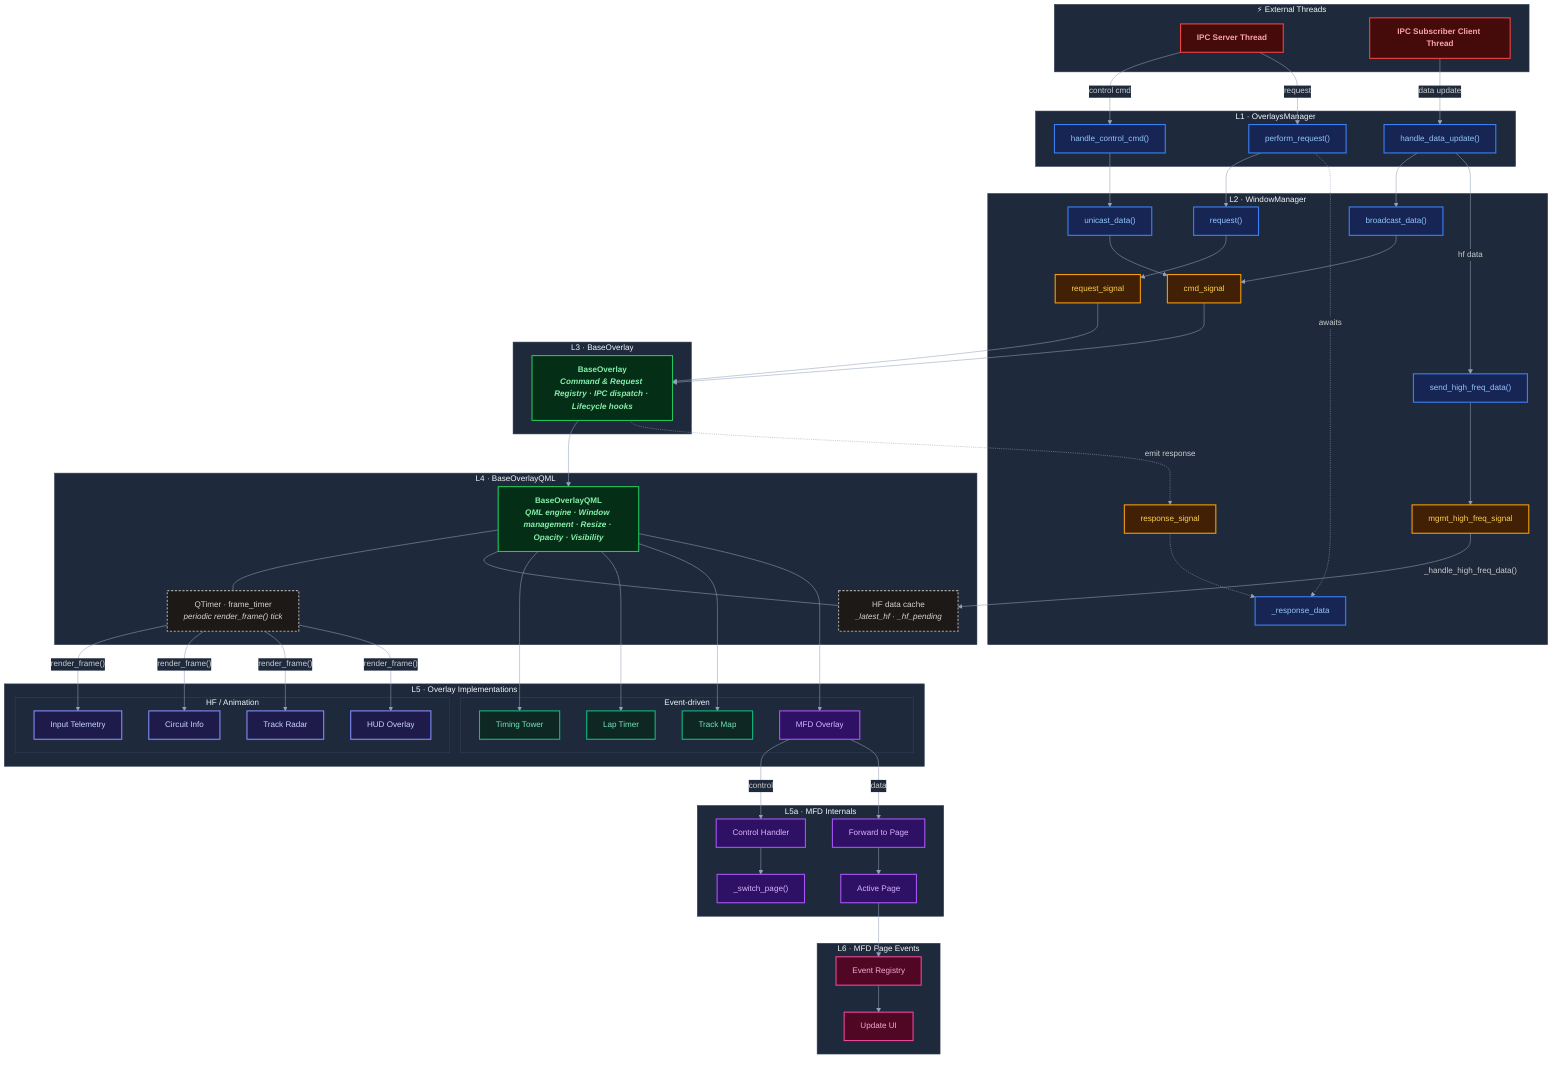
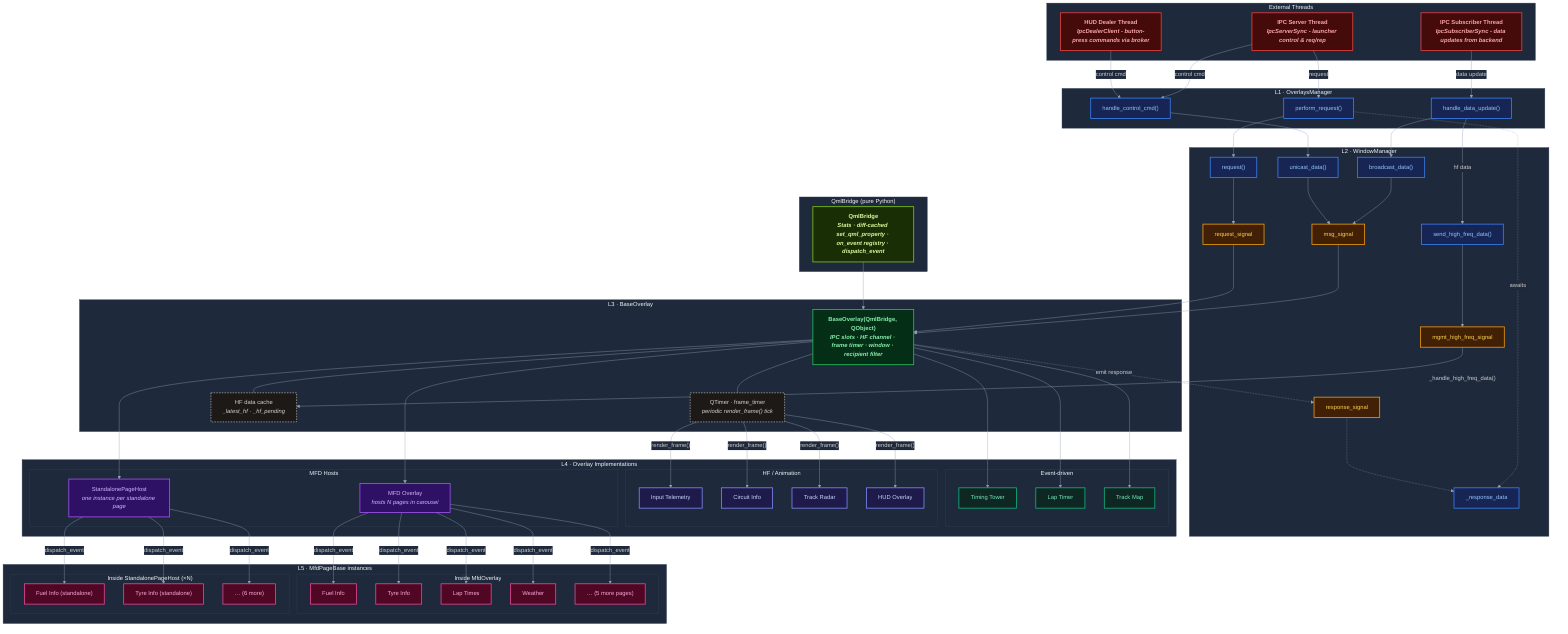
%%{init: {'theme':'dark', 'themeVariables': {
  'primaryColor':'#1e293b',
  'primaryTextColor':'#e2e8f0',
  'primaryBorderColor':'#475569',
  'lineColor':'#94a3b8',
  'secondaryColor':'#0f172a',
  'tertiaryColor':'#1e293b',
  'background':'#0f172a',
  'mainBkg':'#1e293b',
  'clusterBkg':'#1e293b',
  'clusterBorder':'#334155',
  'edgeLabelBackground':'#1e293b',
  'titleColor':'#f1f5f9',
  'fontSize':'15px'
}}}%%

graph TD

- subgraph EXT["⚡ External Threads"]
-     IPC["IPC Server Thread"]
-     SUB["IPC Subscriber Client Thread"]
+ subgraph EXT["External Threads"]
+     IPC["IPC Server Thread<br/><i>IpcServerSync - launcher control &amp; req/rep</i>"]
+     DEALER["HUD Dealer Thread<br/><i>IpcDealerClient - button-press commands via broker</i>"]
+     SUB["IPC Subscriber Thread<br/><i>IpcSubscriberSync - data updates from backend</i>"]
end

subgraph OM["L1 · OverlaysManager"]
    OM_Cmd["handle_control_cmd()"]
    OM_Data["handle_data_update()"]
    OM_Req["perform_request()"]
end

subgraph WMALL["L2 · WindowManager"]
    API_BC["broadcast_data()"]
    API_UC["unicast_data()"]
    API_HF["send_high_freq_data()"]
    API_REQ["request()"]
-     Sig_CMD["cmd_signal"]
+     Sig_MSG["msg_signal"]
    Sig_HF["mgmt_high_freq_signal"]
    Sig_REQ["request_signal"]
    Sig_RESP["response_signal"]
    RespStore["_response_data"]
end

- subgraph BASE["L3 · BaseOverlay"]
-     BaseOverlay["BaseOverlay<br/><i>Command &amp; Request Registry · IPC dispatch · Lifecycle hooks</i>"]
+ subgraph BRIDGE["QmlBridge (pure Python)"]
+     QmlBridge["QmlBridge<br/><i>Stats · diff-cached set_qml_property · on_event registry · dispatch_event</i>"]
end

- subgraph BASEQML["L4 · BaseOverlayQML"]
-     BaseOverlayQML["BaseOverlayQML<br/><i>QML engine · Window management · Resize · Opacity · Visibility</i>"]
+ subgraph BASE["L3 · BaseOverlay"]
+     BaseOverlay["BaseOverlay(QmlBridge, QObject)<br/><i>IPC slots · HF channel · frame timer · window · recipient filter</i>"]
    FrameTimer["QTimer · frame_timer<br/><i>periodic render_frame() tick</i>"]
    HFCache["HF data cache<br/><i>_latest_hf · _hf_pending</i>"]
end

- subgraph OVERLAYS["L5 · Overlay Implementations"]
+ subgraph OVERLAYS["L4 · Overlay Implementations"]
    subgraph EVTOVERLAYS["Event-driven"]
        TimingTowerOverlay["Timing Tower"]
        LapTimeOverlay["Lap Timer"]
        TrackMapOverlay["Track Map"]
-         MFDCommandRouter["MFD Overlay"]
    end
    subgraph HFOVERLAYS["HF / Animation"]
        InputTelemetryOverlay["Input Telemetry"]
        CircuitInfoOverlay["Circuit Info"]
        TrackRadarOverlay["Track Radar"]
        HudOverlay["HUD Overlay"]
    end
+     subgraph MFDHOSTS["MFD Hosts"]
+         MfdOverlay["MFD Overlay<br/><i>hosts N pages in carousel</i>"]
+         StandalonePageHost["StandalonePageHost<br/><i>one instance per standalone page</i>"]
+     end
end

- subgraph MFD["L5a · MFD Internals"]
-     MFDHandlers["Control Handler"]
-     SwitchPage["_switch_page()"]
-     ForwardData["Forward to Page"]
-     ActivePage["Active Page"]
- end
- 
- subgraph PAGES["L6 · MFD Page Events"]
-     PageReg["Event Registry"]
-     UpdateUI["Update UI"]
+ subgraph PAGES["L5 · MfdPageBase instances"]
+     subgraph MFDPAGES["Inside MfdOverlay"]
+         FuelPage["Fuel Info"]
+         TyrePage["Tyre Info"]
+         LapTimesPage["Lap Times"]
+         WeatherPage["Weather"]
+         OtherPages["… (5 more pages)"]
+     end
+     subgraph STANDALONEPAGE["Inside StandalonePageHost (×N)"]
+         SFuelPage["Fuel Info (standalone)"]
+         STyrePage["Tyre Info (standalone)"]
+         SOtherPages["… (6 more)"]
+     end
end

%% ── External → OverlaysManager ──────────────────────────────────────────
IPC -->|"control cmd"| OM_Cmd
+ DEALER -->|"control cmd"| OM_Cmd
SUB -->|"data update"| OM_Data
IPC -->|"request"| OM_Req

%% ── OverlaysManager → WindowManager ─────────────────────────────────────
OM_Cmd --> API_UC
OM_Data --> API_BC
OM_Data -->|"hf data"| API_HF
OM_Req --> API_REQ

%% ── WindowManager → Signals ──────────────────────────────────────────────
- API_BC --> Sig_CMD
- API_UC --> Sig_CMD
+ API_BC --> Sig_MSG
+ API_UC --> Sig_MSG
API_HF --> Sig_HF
API_REQ --> Sig_REQ

%% ── Signals → BaseOverlay ────────────────────────────────────────────────
- Sig_CMD --> BaseOverlay
+ Sig_MSG --> BaseOverlay
Sig_REQ --> BaseOverlay
Sig_HF -->|"_handle_high_freq_data()"| HFCache

- %% ── BaseOverlay → BaseOverlayQML ─────────────────────────────────────────
- BaseOverlay --> BaseOverlayQML
- BaseOverlayQML --- FrameTimer
- BaseOverlayQML --- HFCache
+ %% ── QmlBridge → BaseOverlay ──────────────────────────────────────────────
+ QmlBridge --> BaseOverlay
+ BaseOverlay --- FrameTimer
+ BaseOverlay --- HFCache

%% ── Event-driven overlays ────────────────────────────────────────────────
- BaseOverlayQML --> TimingTowerOverlay
- BaseOverlayQML --> LapTimeOverlay
- BaseOverlayQML --> TrackMapOverlay
- BaseOverlayQML --> MFDCommandRouter
+ BaseOverlay --> TimingTowerOverlay
+ BaseOverlay --> LapTimeOverlay
+ BaseOverlay --> TrackMapOverlay
+ BaseOverlay --> MfdOverlay
+ BaseOverlay --> StandalonePageHost

%% ── HF overlays ──────────────────────────────────────────────────────────
FrameTimer -->|"render_frame()"| InputTelemetryOverlay
FrameTimer -->|"render_frame()"| CircuitInfoOverlay
FrameTimer -->|"render_frame()"| TrackRadarOverlay
FrameTimer -->|"render_frame()"| HudOverlay

%% ── Response path ────────────────────────────────────────────────────────
OM_Req -.->|"awaits"| RespStore
BaseOverlay -.->|"emit response"| Sig_RESP
Sig_RESP -.-> RespStore

- %% ── MFD internals ────────────────────────────────────────────────────────
- MFDCommandRouter -->|"control"| MFDHandlers
- MFDCommandRouter -->|"data"| ForwardData
- MFDHandlers --> SwitchPage
- ForwardData --> ActivePage
- ActivePage --> PageReg
- PageReg --> UpdateUI
+ %% ── MFD pages ────────────────────────────────────────────────────────────
+ MfdOverlay -->|"dispatch_event"| FuelPage
+ MfdOverlay -->|"dispatch_event"| TyrePage
+ MfdOverlay -->|"dispatch_event"| LapTimesPage
+ MfdOverlay -->|"dispatch_event"| WeatherPage
+ MfdOverlay -->|"dispatch_event"| OtherPages
+ 
+ %% ── Standalone page hosts ────────────────────────────────────────────────
+ StandalonePageHost -->|"dispatch_event"| SFuelPage
+ StandalonePageHost -->|"dispatch_event"| STyrePage
+ StandalonePageHost -->|"dispatch_event"| SOtherPages

%% ── Styles ───────────────────────────────────────────────────────────────
classDef thread    fill:#450a0a,stroke:#ef4444,color:#fca5a5,stroke-width:2px,font-weight:bold
classDef manager   fill:#172554,stroke:#3b82f6,color:#93c5fd,stroke-width:2px
classDef signal    fill:#422006,stroke:#f59e0b,color:#fcd34d,stroke-width:2px
+ classDef bridge    fill:#1a2e05,stroke:#84cc16,color:#d9f99d,stroke-width:2px,font-weight:bold
classDef base      fill:#052e16,stroke:#22c55e,color:#86efac,stroke-width:2px,font-weight:bold
classDef overlay   fill:#0f2722,stroke:#10b981,color:#6ee7b7,stroke-width:2px
classDef hfoverlay fill:#1e1b4b,stroke:#818cf8,color:#c7d2fe,stroke-width:2px
classDef timer     fill:#1c1917,stroke:#a8a29e,color:#d6d3d1,stroke-width:2px,stroke-dasharray:4 3
classDef special   fill:#2e1065,stroke:#a855f7,color:#d8b4fe,stroke-width:2px
classDef page      fill:#500724,stroke:#ec4899,color:#f9a8d4,stroke-width:2px

- class IPC,SUB thread
+ class IPC,DEALER,SUB thread
class OM_Cmd,OM_Data,OM_Req,API_BC,API_UC,API_HF,API_REQ,RespStore manager
- class Sig_CMD,Sig_HF,Sig_REQ,Sig_RESP signal
- class BaseOverlay,BaseOverlayQML base
+ class Sig_MSG,Sig_HF,Sig_REQ,Sig_RESP signal
+ class QmlBridge bridge
+ class BaseOverlay base
class HFCache,FrameTimer timer
class TimingTowerOverlay,LapTimeOverlay,TrackMapOverlay overlay
class InputTelemetryOverlay,CircuitInfoOverlay,TrackRadarOverlay,HudOverlay hfoverlay
- class MFDCommandRouter,MFDHandlers,SwitchPage,ForwardData,ActivePage special
- class PageReg,UpdateUI page
+ class MfdOverlay,StandalonePageHost special
+ class FuelPage,TyrePage,LapTimesPage,WeatherPage,OtherPages,SFuelPage,STyrePage,SOtherPages page
